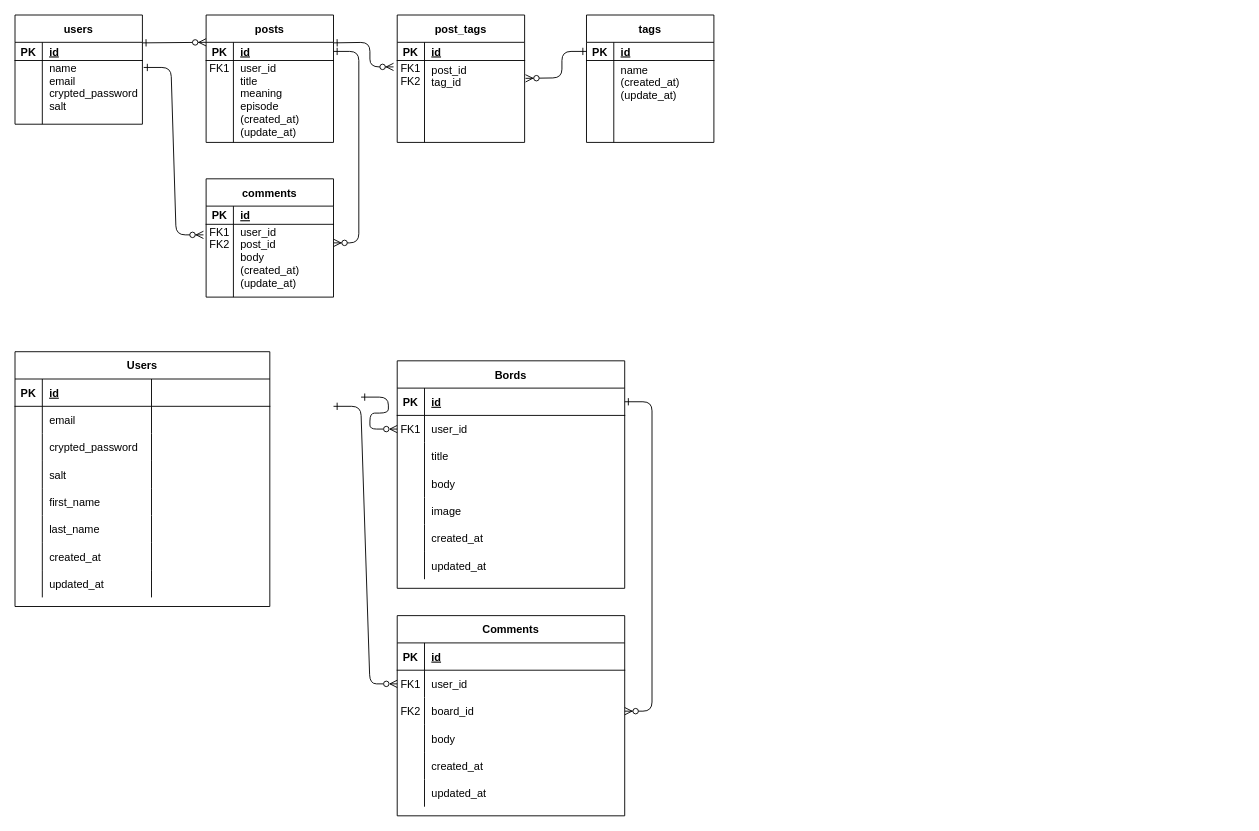
Earlier version of the draw.io diagram page "Page-1" (1 of 2) of Group1_ER図.drawio (RUNTEQ-62-GROUP-DEVELOPMENT/Group1). Source tidied: cells renumbered, new cells numbered last; positions are measured from the earlier drawing's top-left corner, leaving out a move shared by most shapes. Both pictures are drawn from the tidied source at 91%, with x=0, y=0 at pixel (15, 15).
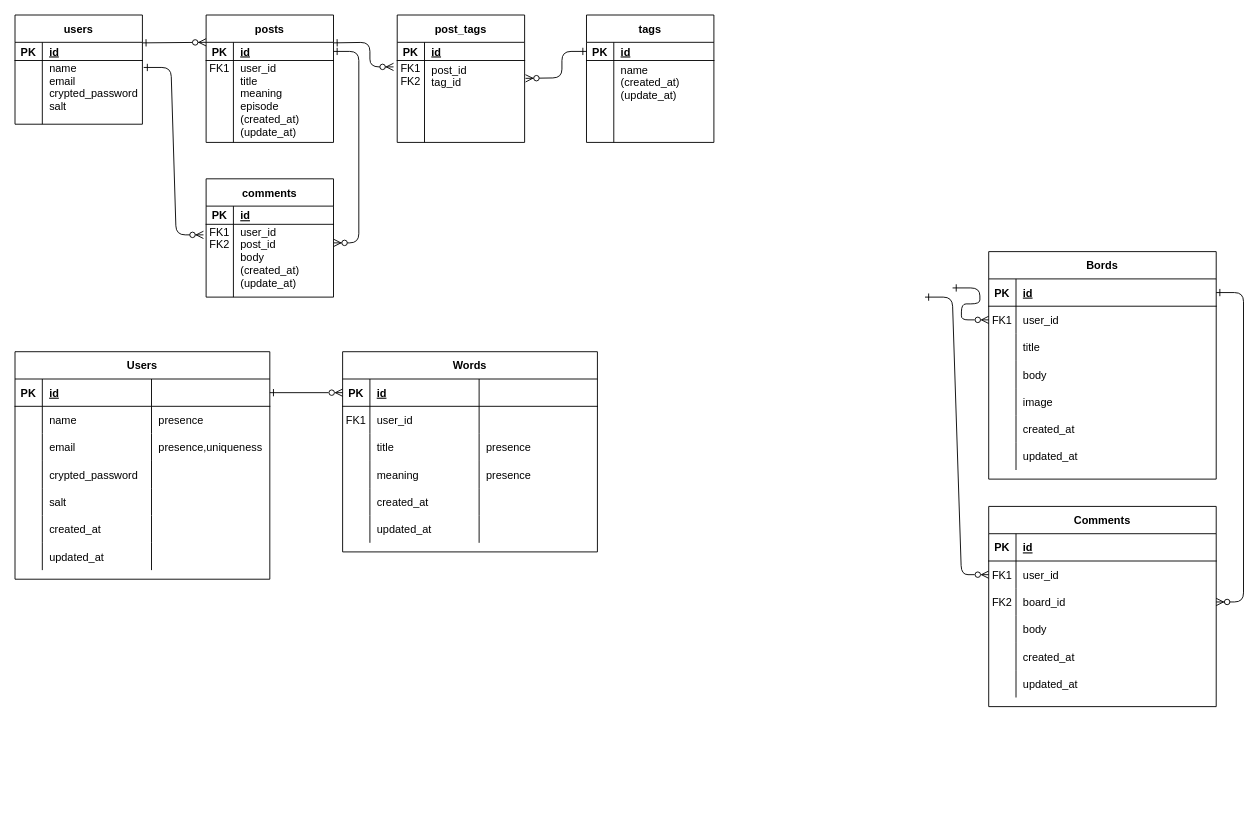
The same page after the edit.

Commit message (it also covers changes not shown here):
Group1_ER図.drawio を更新します

The change refers to these unchanged cells:
```xml
<mxCell id="44" style="shape=partialRectangle;fillColor=none;points=[[0,0.5],[1,0.5]];portConstraint=eastwest;top=0;left=0;right=0;bottom=1;" parent="43" vertex="1">
  <mxGeometry y="30" width="250" height="30" as="geometry" />
</mxCell>
<mxCell id="47" style="shape=partialRectangle;fillColor=none;points=[[0,0.5],[1,0.5]];portConstraint=eastwest;top=0;left=0;right=0;bottom=0;" parent="43" vertex="1">
  <mxGeometry y="60" width="250" height="30" as="geometry" />
</mxCell>
<mxCell id="69" style="shape=partialRectangle;fillColor=none;points=[[0,0.5],[1,0.5]];portConstraint=eastwest;top=0;left=0;right=0;bottom=0;" parent="65" vertex="1">
  <mxGeometry y="60" width="250" height="30" as="geometry" />
</mxCell>
<mxCell id="72" style="shape=partialRectangle;fillColor=none;points=[[0,0.5],[1,0.5]];portConstraint=eastwest;top=0;left=0;right=0;bottom=0;" parent="65" vertex="1">
  <mxGeometry y="90" width="250" height="30" as="geometry" />
</mxCell>
<mxCell id="85" style="shape=partialRectangle;fillColor=none;points=[[0,0.5],[1,0.5]];portConstraint=eastwest;top=0;left=0;right=0;bottom=1;" parent="84" vertex="1">
  <mxGeometry y="30" width="280" height="30" as="geometry" />
</mxCell>
<mxCell id="89" style="shape=partialRectangle;fillColor=none;top=0;left=0;right=0;bottom=0;" parent="84" vertex="1">
  <mxGeometry y="60" width="280" height="30" as="geometry" />
</mxCell>
```

The edit, as a diff of the source:
```diff
@@
     <mxCell id="41" style="edgeStyle=entityRelationEdgeStyle;endArrow=ERzeroToMany;startArrow=ERone;endFill=0;startFill=0;exitX=1.001;exitY=0.33;exitDx=0;exitDy=0;exitPerimeter=0;" parent="1" edge="1" target="47">
       <mxGeometry relative="1" as="geometry">
-        <mxPoint x="380.3" y="419.9" as="sourcePoint" />
+        <mxPoint x="1030.3" y="299.9" as="sourcePoint" />
       </mxGeometry>
     </mxCell>
     <mxCell id="42" style="edgeStyle=entityRelationEdgeStyle;endArrow=ERzeroToMany;startArrow=ERone;endFill=1;startFill=0;entryX=1;entryY=0.5;entryDx=0;entryDy=0;" parent="1" edge="1" source="44" target="72">
       <mxGeometry relative="1" as="geometry">
         <Array as="points">
-          <mxPoint x="730" y="600" />
+          <mxPoint x="1380" y="480" />
         </Array>
       </mxGeometry>
     </mxCell>
     <mxCell id="43" value="Bords" style="shape=table;startSize=30;childLayout=tableLayout;rowLines=0;fontStyle=1;align=center;" parent="1" vertex="1">
-      <mxGeometry x="420" y="380" width="250" height="250" as="geometry" />
+      <mxGeometry x="1070" y="260" width="250" height="250" as="geometry" />
     </mxCell>
@@
     <mxCell id="65" value="Comments" style="shape=table;startSize=30;childLayout=tableLayout;rowLines=0;fontStyle=1;align=center;" parent="1" vertex="1">
-      <mxGeometry x="420" y="660" width="250" height="220" as="geometry" />
+      <mxGeometry x="1070" y="540" width="250" height="220" as="geometry" />
     </mxCell>
@@
     <mxCell id="84" value="Users" style="shape=table;startSize=30;childLayout=tableLayout;rowLines=0;fontStyle=1;align=center;" parent="1" vertex="1">
-      <mxGeometry y="370" width="280" height="280" as="geometry" />
+      <mxGeometry y="370" width="280" height="250" as="geometry" />
     </mxCell>
@@
-    <mxCell id="91" value="email" style="shape=partialRectangle;overflow=hidden;fillColor=none;top=0;left=0;bottom=0;right=0;align=left;spacingLeft=6;" parent="89" vertex="1">
+    <mxCell id="91" value="name" style="shape=partialRectangle;overflow=hidden;fillColor=none;top=0;left=0;bottom=0;right=0;align=left;spacingLeft=6;" parent="89" vertex="1">
       <mxGeometry x="30" width="120" height="30" as="geometry" />
     </mxCell>
-    <mxCell id="92" style="shape=partialRectangle;overflow=hidden;fillColor=none;top=0;left=0;bottom=0;right=0;align=left;spacingLeft=6;" parent="89" vertex="1">
+    <mxCell id="92" value="presence" style="shape=partialRectangle;overflow=hidden;fillColor=none;top=0;left=0;bottom=0;right=0;align=left;spacingLeft=6;" parent="89" vertex="1">
       <mxGeometry x="150" width="130" height="30" as="geometry" />
     </mxCell>
+    <mxCell id="119" style="shape=partialRectangle;fillColor=none;top=0;left=0;right=0;bottom=0;" parent="84" vertex="1">
+      <mxGeometry y="90" width="280" height="30" as="geometry" />
+    </mxCell>
+    <mxCell id="120" style="shape=partialRectangle;overflow=hidden;fillColor=none;top=0;left=0;bottom=0;right=0;" parent="119" vertex="1">
+      <mxGeometry width="30" height="30" as="geometry" />
+    </mxCell>
+    <mxCell id="121" value="email" style="shape=partialRectangle;overflow=hidden;fillColor=none;top=0;left=0;bottom=0;right=0;align=left;spacingLeft=6;" parent="119" vertex="1">
+      <mxGeometry x="30" width="120" height="30" as="geometry" />
+    </mxCell>
+    <mxCell id="122" value="presence,uniqueness" style="shape=partialRectangle;overflow=hidden;fillColor=none;top=0;left=0;bottom=0;right=0;align=left;spacingLeft=6;" parent="119" vertex="1">
+      <mxGeometry x="150" width="130" height="30" as="geometry" />
+    </mxCell>
     <mxCell id="93" style="shape=partialRectangle;fillColor=none;top=0;left=0;right=0;bottom=0;" parent="84" vertex="1">
-      <mxGeometry y="90" width="280" height="30" as="geometry" />
+      <mxGeometry y="120" width="280" height="30" as="geometry" />
     </mxCell>
@@
     <mxCell id="97" style="shape=partialRectangle;fillColor=none;top=0;left=0;right=0;bottom=0;" parent="84" vertex="1">
-      <mxGeometry y="120" width="280" height="30" as="geometry" />
+      <mxGeometry y="150" width="280" height="30" as="geometry" />
     </mxCell>
@@
-    <mxCell id="101" style="shape=partialRectangle;fillColor=none;top=0;left=0;right=0;bottom=0;" parent="84" vertex="1">
-      <mxGeometry y="150" width="280" height="30" as="geometry" />
-    </mxCell>
-    <mxCell id="102" style="shape=partialRectangle;overflow=hidden;fillColor=none;top=0;left=0;bottom=0;right=0;" parent="101" vertex="1">
-      <mxGeometry width="30" height="30" as="geometry" />
-    </mxCell>
-    <mxCell id="103" value="first_name" style="shape=partialRectangle;overflow=hidden;fillColor=none;top=0;left=0;bottom=0;right=0;align=left;spacingLeft=6;" parent="101" vertex="1">
-      <mxGeometry x="30" width="120" height="30" as="geometry" />
-    </mxCell>
-    <mxCell id="104" style="shape=partialRectangle;overflow=hidden;fillColor=none;top=0;left=0;bottom=0;right=0;align=left;spacingLeft=6;" parent="101" vertex="1">
-      <mxGeometry x="150" width="130" height="30" as="geometry" />
-    </mxCell>
-    <mxCell id="105" style="shape=partialRectangle;fillColor=none;top=0;left=0;right=0;bottom=0;" parent="84" vertex="1">
-      <mxGeometry y="180" width="280" height="30" as="geometry" />
-    </mxCell>
-    <mxCell id="106" style="shape=partialRectangle;overflow=hidden;fillColor=none;top=0;left=0;bottom=0;right=0;" parent="105" vertex="1">
-      <mxGeometry width="30" height="30" as="geometry" />
-    </mxCell>
-    <mxCell id="107" value="last_name" style="shape=partialRectangle;overflow=hidden;fillColor=none;top=0;left=0;bottom=0;right=0;align=left;spacingLeft=6;" parent="105" vertex="1">
-      <mxGeometry x="30" width="120" height="30" as="geometry" />
-    </mxCell>
-    <mxCell id="108" style="shape=partialRectangle;overflow=hidden;fillColor=none;top=0;left=0;bottom=0;right=0;align=left;spacingLeft=6;" parent="105" vertex="1">
-      <mxGeometry x="150" width="130" height="30" as="geometry" />
-    </mxCell>
     <mxCell id="109" style="shape=partialRectangle;fillColor=none;top=0;left=0;right=0;bottom=0;" parent="84" vertex="1">
-      <mxGeometry y="210" width="280" height="30" as="geometry" />
+      <mxGeometry y="180" width="280" height="30" as="geometry" />
     </mxCell>
@@
     <mxCell id="113" style="shape=partialRectangle;fillColor=none;top=0;left=0;right=0;bottom=0;" parent="84" vertex="1">
-      <mxGeometry y="240" width="280" height="30" as="geometry" />
+      <mxGeometry y="210" width="280" height="30" as="geometry" />
     </mxCell>
@@
     <mxCell id="117" style="edgeStyle=entityRelationEdgeStyle;rounded=1;jettySize=auto;html=1;entryX=0;entryY=0.5;entryDx=0;entryDy=0;curved=0;startArrow=ERone;startFill=0;endArrow=ERzeroToMany;endFill=0;" parent="1" edge="1" target="69">
       <mxGeometry relative="1" as="geometry">
-        <mxPoint x="350" y="430" as="sourcePoint" />
+        <mxPoint x="1000" y="310" as="sourcePoint" />
       </mxGeometry>
     </mxCell>
@@
+    <mxCell id="123" value="Words" style="shape=table;startSize=30;childLayout=tableLayout;rowLines=0;fontStyle=1;align=center;" parent="1" vertex="1">
+      <mxGeometry x="360" y="370" width="280" height="220" as="geometry" />
+    </mxCell>
+    <mxCell id="124" style="shape=partialRectangle;fillColor=none;points=[[0,0.5],[1,0.5]];portConstraint=eastwest;top=0;left=0;right=0;bottom=1;" parent="123" vertex="1">
+      <mxGeometry y="30" width="280" height="30" as="geometry" />
+    </mxCell>
+    <mxCell id="125" value="PK" style="shape=partialRectangle;overflow=hidden;fillColor=none;top=0;left=0;bottom=0;right=0;fontStyle=1;" parent="124" vertex="1">
+      <mxGeometry width="30" height="30" as="geometry" />
+    </mxCell>
+    <mxCell id="126" value="id" style="shape=partialRectangle;overflow=hidden;fillColor=none;top=0;left=0;bottom=0;right=0;align=left;spacingLeft=6;fontStyle=5;" parent="124" vertex="1">
+      <mxGeometry x="30" width="120" height="30" as="geometry" />
+    </mxCell>
+    <mxCell id="127" style="shape=partialRectangle;overflow=hidden;fillColor=none;top=0;left=0;bottom=0;right=0;align=left;spacingLeft=6;fontStyle=5;" parent="124" vertex="1">
+      <mxGeometry x="150" width="130" height="30" as="geometry" />
+    </mxCell>
+    <mxCell id="128" style="shape=partialRectangle;fillColor=none;top=0;left=0;right=0;bottom=0;" parent="123" vertex="1">
+      <mxGeometry y="60" width="280" height="30" as="geometry" />
+    </mxCell>
+    <mxCell id="129" value="FK1" style="shape=partialRectangle;overflow=hidden;fillColor=none;top=0;left=0;bottom=0;right=0;" parent="128" vertex="1">
+      <mxGeometry width="30" height="30" as="geometry" />
+    </mxCell>
+    <mxCell id="130" value="user_id" style="shape=partialRectangle;overflow=hidden;fillColor=none;top=0;left=0;bottom=0;right=0;align=left;spacingLeft=6;" parent="128" vertex="1">
+      <mxGeometry x="30" width="120" height="30" as="geometry" />
+    </mxCell>
+    <mxCell id="131" style="shape=partialRectangle;overflow=hidden;fillColor=none;top=0;left=0;bottom=0;right=0;align=left;spacingLeft=6;" parent="128" vertex="1">
+      <mxGeometry x="150" width="130" height="30" as="geometry" />
+    </mxCell>
+    <mxCell id="132" style="shape=partialRectangle;fillColor=none;top=0;left=0;right=0;bottom=0;" parent="123" vertex="1">
+      <mxGeometry y="90" width="280" height="30" as="geometry" />
+    </mxCell>
+    <mxCell id="133" style="shape=partialRectangle;overflow=hidden;fillColor=none;top=0;left=0;bottom=0;right=0;" parent="132" vertex="1">
+      <mxGeometry width="30" height="30" as="geometry" />
+    </mxCell>
+    <mxCell id="134" value="title" style="shape=partialRectangle;overflow=hidden;fillColor=none;top=0;left=0;bottom=0;right=0;align=left;spacingLeft=6;" parent="132" vertex="1">
+      <mxGeometry x="30" width="120" height="30" as="geometry" />
+    </mxCell>
+    <mxCell id="135" value="presence" style="shape=partialRectangle;overflow=hidden;fillColor=none;top=0;left=0;bottom=0;right=0;align=left;spacingLeft=6;" parent="132" vertex="1">
+      <mxGeometry x="150" width="130" height="30" as="geometry" />
+    </mxCell>
+    <mxCell id="136" style="shape=partialRectangle;fillColor=none;top=0;left=0;right=0;bottom=0;" parent="123" vertex="1">
+      <mxGeometry y="120" width="280" height="30" as="geometry" />
+    </mxCell>
+    <mxCell id="137" style="shape=partialRectangle;overflow=hidden;fillColor=none;top=0;left=0;bottom=0;right=0;" parent="136" vertex="1">
+      <mxGeometry width="30" height="30" as="geometry" />
+    </mxCell>
+    <mxCell id="138" value="meaning" style="shape=partialRectangle;overflow=hidden;fillColor=none;top=0;left=0;bottom=0;right=0;align=left;spacingLeft=6;" parent="136" vertex="1">
+      <mxGeometry x="30" width="120" height="30" as="geometry" />
+    </mxCell>
+    <mxCell id="139" value="presence" style="shape=partialRectangle;overflow=hidden;fillColor=none;top=0;left=0;bottom=0;right=0;align=left;spacingLeft=6;" parent="136" vertex="1">
+      <mxGeometry x="150" width="130" height="30" as="geometry" />
+    </mxCell>
+    <mxCell id="101" style="shape=partialRectangle;fillColor=none;top=0;left=0;right=0;bottom=0;" parent="123" vertex="1">
+      <mxGeometry y="150" width="280" height="30" as="geometry" />
+    </mxCell>
+    <mxCell id="140" style="shape=partialRectangle;overflow=hidden;fillColor=none;top=0;left=0;bottom=0;right=0;" parent="101" vertex="1">
+      <mxGeometry width="30" height="30" as="geometry" />
+    </mxCell>
+    <mxCell id="141" value="created_at" style="shape=partialRectangle;overflow=hidden;fillColor=none;top=0;left=0;bottom=0;right=0;align=left;spacingLeft=6;" parent="101" vertex="1">
+      <mxGeometry x="30" width="120" height="30" as="geometry" />
+    </mxCell>
+    <mxCell id="142" style="shape=partialRectangle;overflow=hidden;fillColor=none;top=0;left=0;bottom=0;right=0;align=left;spacingLeft=6;" parent="101" vertex="1">
+      <mxGeometry x="150" width="130" height="30" as="geometry" />
+    </mxCell>
+    <mxCell id="105" style="shape=partialRectangle;fillColor=none;top=0;left=0;right=0;bottom=0;" parent="123" vertex="1">
+      <mxGeometry y="180" width="280" height="30" as="geometry" />
+    </mxCell>
+    <mxCell id="143" style="shape=partialRectangle;overflow=hidden;fillColor=none;top=0;left=0;bottom=0;right=0;" parent="105" vertex="1">
+      <mxGeometry width="30" height="30" as="geometry" />
+    </mxCell>
+    <mxCell id="144" value="updated_at" style="shape=partialRectangle;overflow=hidden;fillColor=none;top=0;left=0;bottom=0;right=0;align=left;spacingLeft=6;" parent="105" vertex="1">
+      <mxGeometry x="30" width="120" height="30" as="geometry" />
+    </mxCell>
+    <mxCell id="145" style="shape=partialRectangle;overflow=hidden;fillColor=none;top=0;left=0;bottom=0;right=0;align=left;spacingLeft=6;" parent="105" vertex="1">
+      <mxGeometry x="150" width="130" height="30" as="geometry" />
+    </mxCell>
+    <mxCell id="146" style="edgeStyle=orthogonalEdgeStyle;rounded=1;jettySize=auto;html=1;exitX=1;exitY=0.5;exitDx=0;exitDy=0;entryX=0;entryY=0.5;entryDx=0;entryDy=0;curved=0;endArrow=ERzeroToMany;endFill=0;startArrow=ERone;startFill=0;" parent="1" edge="1" source="85" target="124">
+      <mxGeometry relative="1" as="geometry" />
+    </mxCell>
```
